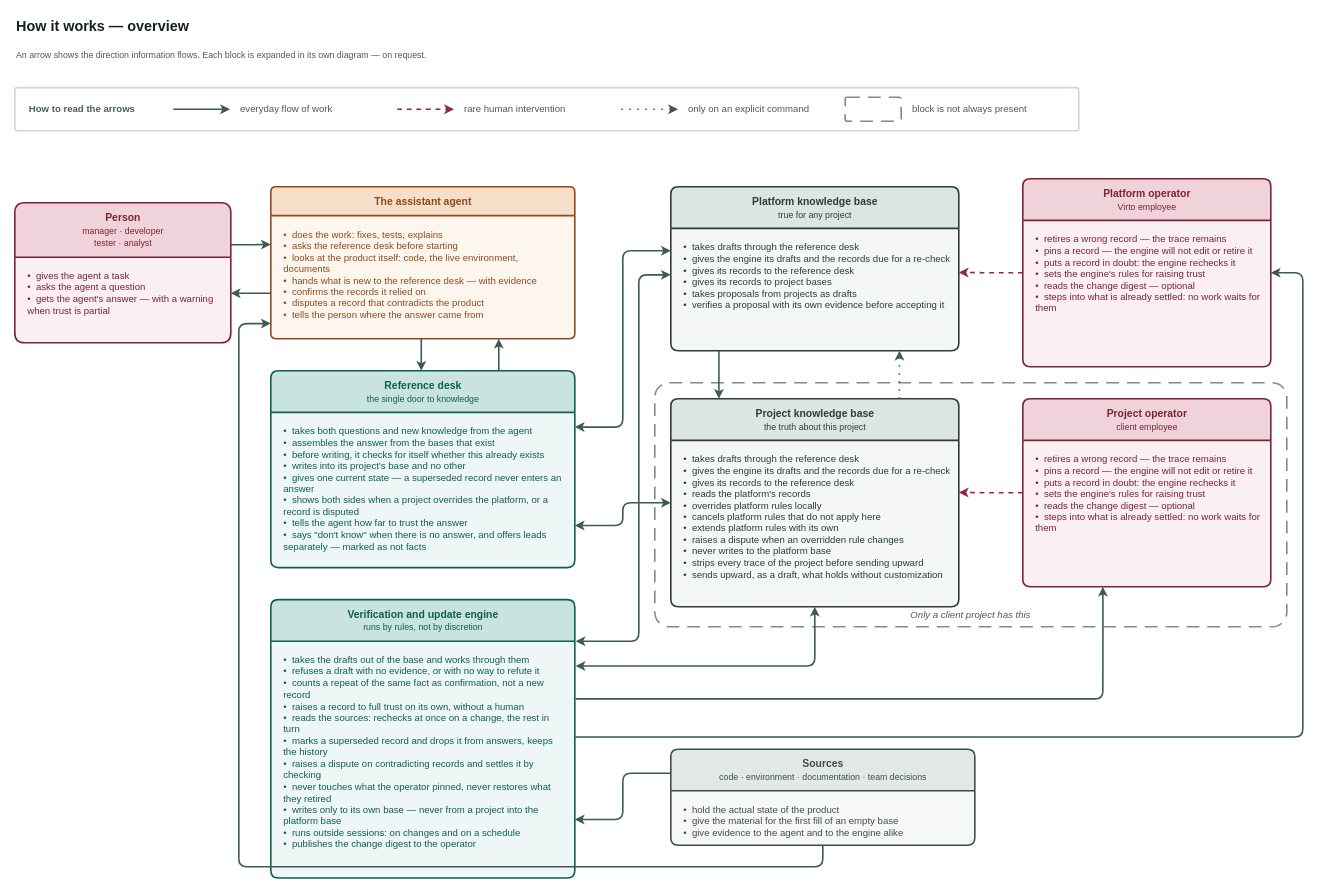
This is page "Overview" (1 of 5) of docs/adr/adr-knowledge-base-v3-overview.drawio from VirtoCommerce/ai-tools, a draw.io file, before an edit. Source tidied: cells renumbered, new cells numbered last; positions are measured from the earlier drawing's top-left corner, leaving out a move shared by most shapes. Both pictures are drawn from the tidied source at 80%, with x=0, y=0 at pixel (14, 14).
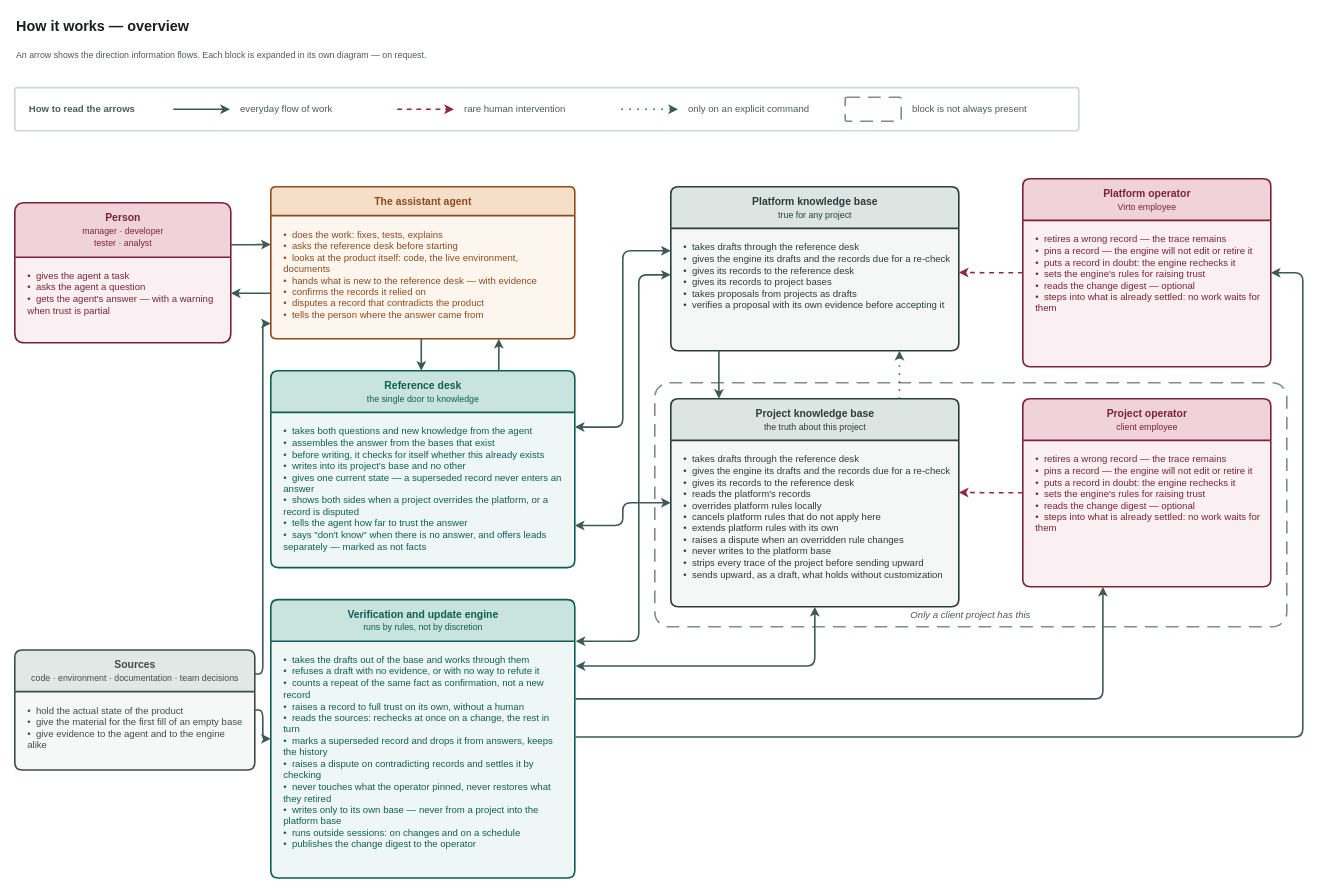
After the change.

Commit message:
docs(adr): kb v3 — sources moved to the left, beside the person (VCST-5776)

Both blocks that read the sources — the agent and the engine — sit in the
left half, so keeping the sources on the right made each link cross the
canvas: the agent's ran the whole width along the bottom. Moved under the
person, the engine link is a straight short line into its left edge and the
agent's runs up the free lane between the person and the reference desk.

Nothing about the model changed; the two links say what they said.

Unchanged cells that the change refers to:
```xml
<mxCell id="21" value="The assistant agent" style="swimlane;html=1;rounded=1;arcSize=6;startSize=36;horizontal=1;fillColor=#f5dfc8;swimlaneFillColor=#fdf6ef;strokeColor=#8f4a1b;fontColor=#8f4a1b;fontSize=13;fontStyle=1;align=center;verticalAlign=middle;strokeWidth=2;fontFamily=Helvetica;" parent="1" vertex="1">
  <mxGeometry x="320" y="216" width="380" height="190" as="geometry" />
</mxCell>
<mxCell id="30" value="Verification and update engine&lt;br&gt;&lt;span style=&quot;font-size:11px;font-weight:normal&quot;&gt;runs by rules, not by discretion&lt;/span&gt;" style="swimlane;html=1;rounded=1;arcSize=6;startSize=52;horizontal=1;fillColor=#c9e4de;swimlaneFillColor=#eef7f5;strokeColor=#0d5f55;fontColor=#0d5f55;fontSize=13;fontStyle=1;align=center;verticalAlign=middle;strokeWidth=2;fontFamily=Helvetica;" parent="1" vertex="1">
  <mxGeometry x="320" y="732" width="380" height="348" as="geometry" />
</mxCell>
```

The edit, as a diff of the source:
```diff
@@
     <mxCell id="36" value="Sources&lt;br&gt;&lt;span style=&quot;font-size:11px;font-weight:normal&quot;&gt;code · environment · documentation · team decisions&lt;/span&gt;" style="swimlane;html=1;rounded=1;arcSize=6;startSize=52;horizontal=1;fillColor=#e2e8e6;swimlaneFillColor=#f6f8f7;strokeColor=#3f4d49;fontColor=#3f4d49;fontSize=13;fontStyle=1;align=center;verticalAlign=middle;strokeWidth=2;fontFamily=Helvetica;" parent="1" vertex="1">
-      <mxGeometry x="820" y="919" width="380" height="120" as="geometry" />
+      <mxGeometry y="795" width="300" height="150" as="geometry" />
     </mxCell>
     <mxCell id="37" value="•&amp;nbsp; hold the actual state of the product&lt;br&gt;•&amp;nbsp; give the material for the first fill of an empty base&lt;br&gt;•&amp;nbsp; give evidence to the agent and to the engine alike" style="text;html=1;align=left;verticalAlign=top;whiteSpace=wrap;spacingLeft=14;spacingTop=10;spacingRight=10;fontSize=12;fontColor=#3f4d49;fontFamily=Helvetica;" parent="36" vertex="1">
-      <mxGeometry y="52" width="380" height="68" as="geometry" />
+      <mxGeometry y="52" width="300" height="98" as="geometry" />
     </mxCell>
@@
-    <mxCell id="47" style="edgeStyle=orthogonalEdgeStyle;rounded=1;html=1;labelBackgroundColor=#ffffff;fontSize=12;strokeWidth=2;strokeColor=#3d5a55;fontColor=#2f3a37;fontFamily=Helvetica;exitX=0;exitY=0.25;exitDx=0;exitDy=0;entryX=1;entryY=0.79;entryDx=0;entryDy=0;" parent="1" edge="1" source="36" target="30">
+    <mxCell id="47" style="edgeStyle=orthogonalEdgeStyle;rounded=1;html=1;labelBackgroundColor=#ffffff;fontSize=12;strokeWidth=2;strokeColor=#3d5a55;fontColor=#2f3a37;fontFamily=Helvetica;exitX=1;exitY=0.5;exitDx=0;exitDy=0;entryX=0;entryY=0.5;entryDx=0;entryDy=0;" parent="1" edge="1" source="36" target="30">
       <mxGeometry relative="1" as="geometry" />
     </mxCell>
@@
-    <mxCell id="53" style="edgeStyle=orthogonalEdgeStyle;rounded=1;html=1;labelBackgroundColor=#ffffff;fontSize=12;strokeWidth=2;strokeColor=#3d5a55;fontColor=#2f3a37;fontFamily=Helvetica;exitX=0.5;exitY=1;exitDx=0;exitDy=0;entryX=0;entryY=0.9;entryDx=0;entryDy=0;" parent="1" edge="1" source="36" target="21">
+    <mxCell id="53" style="edgeStyle=orthogonalEdgeStyle;rounded=1;html=1;labelBackgroundColor=#ffffff;fontSize=12;strokeWidth=2;strokeColor=#3d5a55;fontColor=#2f3a37;fontFamily=Helvetica;exitX=1;exitY=0.2;exitDx=0;exitDy=0;entryX=0;entryY=0.9;entryDx=0;entryDy=0;" parent="1" edge="1" source="36" target="21">
       <mxGeometry relative="1" as="geometry">
         <Array as="points">
-          <mxPoint x="1010" y="1066" />
-          <mxPoint x="280" y="1066" />
+          <mxPoint x="310" y="825" />
+          <mxPoint x="310" y="387" />
         </Array>
       </mxGeometry>
     </mxCell>
```
